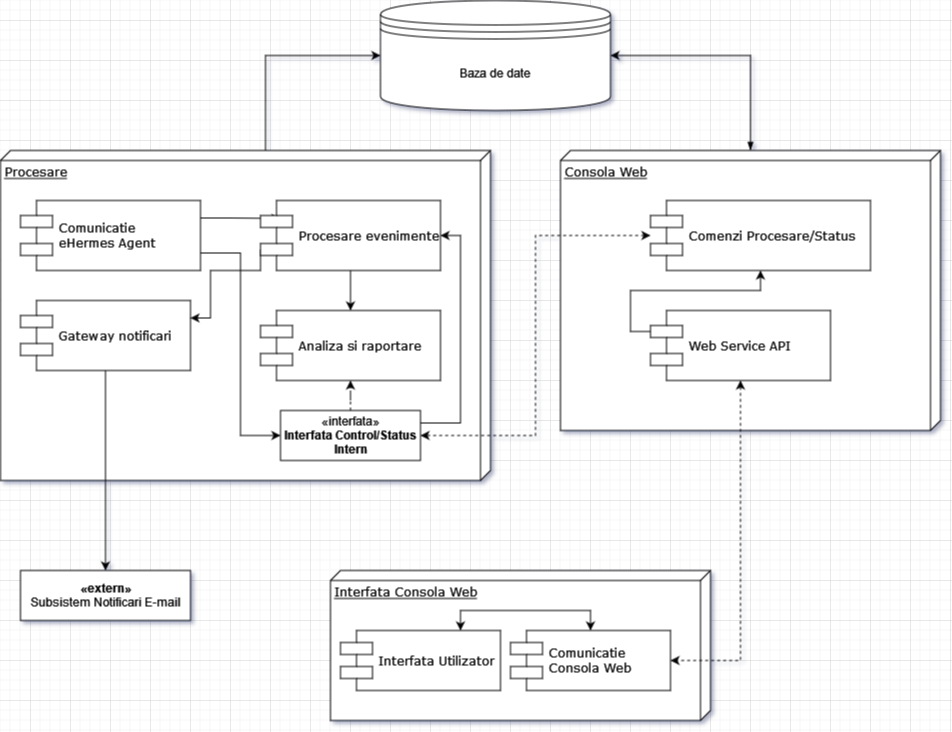
alexboia/TeleFisPay keeps this draw.io diagram as docs/TFP_ServerArchitecture.png. Above is the earlier version. Source tidied: cells renumbered, new cells last; positions are measured from the earlier drawing's top-left corner, leaving out a move shared by most shapes.
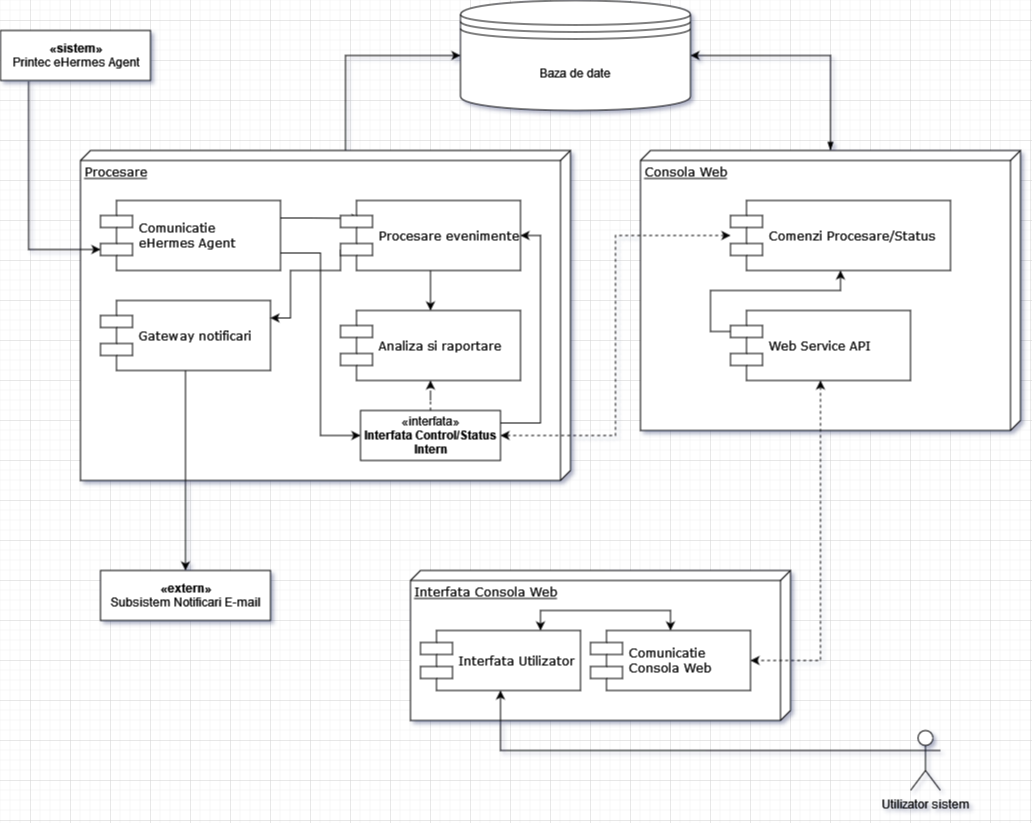
After the commit.

Change to the diagram source:
```diff
@@ -94,5 +94,17 @@
     <mxCell id="28" value="&lt;div&gt;&lt;b&gt;«extern»&lt;/b&gt;&lt;/div&gt;&lt;div&gt;Subsistem Notificari E-mail&lt;br&gt;&lt;/div&gt;" style="html=1;" parent="1" vertex="1">
       <mxGeometry x="20" y="570" width="170" height="50" as="geometry" />
     </mxCell>
+    <mxCell id="29" style="edgeStyle=orthogonalEdgeStyle;rounded=0;jettySize=auto;html=1;exitX=0;exitY=0.3333333333333333;exitDx=0;exitDy=0;exitPerimeter=0;startArrow=none;startFill=0;" parent="1" edge="1" source="30" target="11">
+      <mxGeometry relative="1" as="geometry" />
+    </mxCell>
+    <mxCell id="30" value="Utilizator sistem" style="shape=umlActor;verticalLabelPosition=bottom;verticalAlign=top;html=1;" parent="1" vertex="1">
+      <mxGeometry x="830" y="730" width="30" height="60" as="geometry" />
+    </mxCell>
+    <mxCell id="31" style="edgeStyle=orthogonalEdgeStyle;rounded=0;jettySize=auto;html=1;entryX=0;entryY=0.7;entryDx=0;entryDy=0;startArrow=none;startFill=0;exitX=0.187;exitY=1.02;exitDx=0;exitDy=0;exitPerimeter=0;" parent="1" edge="1" source="32" target="9">
+      <mxGeometry relative="1" as="geometry" />
+    </mxCell>
+    <mxCell id="32" value="&lt;div&gt;&lt;b&gt;«sistem»&lt;/b&gt;&lt;/div&gt;&lt;div&gt;Printec eHermes Agent&lt;/div&gt;" style="html=1;" parent="1" vertex="1">
+      <mxGeometry x="-80" y="30" width="150" height="50" as="geometry" />
+    </mxCell>
   </root>
 </mxGraphModel>
```
